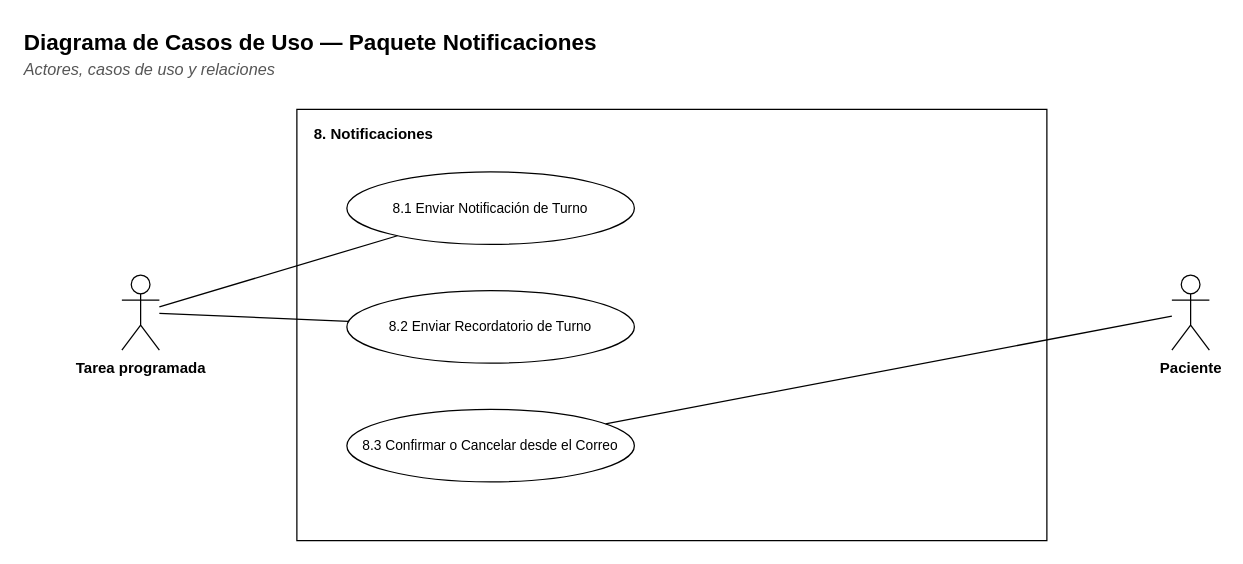
Above: docs/diagramas/paquete-notificaciones-casos.drawio in Matiglorioso/kineturnos (draw.io), before the change. Source tidied: cells renumbered, new cells numbered last; positions are measured from the earlier drawing's top-left corner, leaving out a move shared by most shapes. Both pictures are drawn from the tidied source at 125%, with x=0, y=0 at pixel (21, 21).
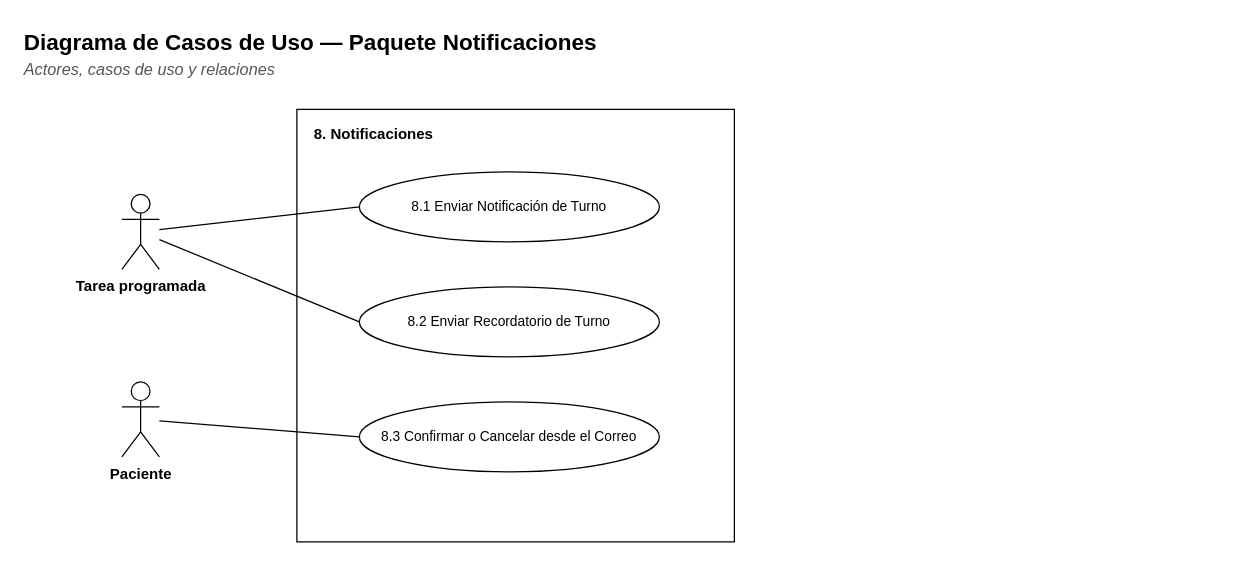
The same page after the edit.

What changed in the source:
```diff
@@
 <mxGraphModel background="#FFFFFF">
   <root>
     <mxCell id="0" />
     <mxCell id="1" parent="0" />
     <mxCell id="2" value="&lt;b&gt;Diagrama de Casos de Uso — Paquete Notificaciones&lt;/b&gt;" style="text;html=1;strokeColor=none;fillColor=none;align=left;verticalAlign=top;whiteSpace=wrap;fontFamily=Helvetica;fontSize=18;" parent="1" vertex="1">
       <mxGeometry width="900" height="26" as="geometry" />
     </mxCell>
     <mxCell id="3" value="&lt;i&gt;Actores, casos de uso y relaciones&lt;/i&gt;" style="text;html=1;strokeColor=none;fillColor=none;align=left;verticalAlign=top;whiteSpace=wrap;fontFamily=Helvetica;fontSize=13;fontColor=#555555;" parent="1" vertex="1">
       <mxGeometry y="24" width="900" height="20" as="geometry" />
     </mxCell>
     <mxCell id="4" style="rounded=0;whiteSpace=wrap;html=1;fillColor=#FFFFFF;strokeColor=#000000;fontFamily=Helvetica;fontSize=12;verticalAlign=top;" parent="1" vertex="1">
-      <mxGeometry x="220" y="70" width="600" height="345" as="geometry" />
+      <mxGeometry x="220" y="70" width="350" height="346" as="geometry" />
     </mxCell>
     <mxCell id="5" value="&lt;b&gt;8. Notificaciones&lt;/b&gt;" style="text;html=1;strokeColor=none;fillColor=none;align=left;verticalAlign=top;whiteSpace=wrap;fontFamily=Helvetica;fontSize=12;" parent="1" vertex="1">
-      <mxGeometry x="232" y="76" width="580" height="20" as="geometry" />
+      <mxGeometry x="232" y="76" width="330" height="20" as="geometry" />
     </mxCell>
     <mxCell id="6" value="8.1 Enviar Notificación de Turno" style="ellipse;whiteSpace=wrap;html=1;fillColor=#FFFFFF;strokeColor=#000000;fontFamily=Helvetica;fontSize=11;" parent="1" vertex="1">
-      <mxGeometry x="260" y="120" width="230" height="58" as="geometry" />
+      <mxGeometry x="270" y="120" width="240" height="56" as="geometry" />
     </mxCell>
     <mxCell id="7" value="8.2 Enviar Recordatorio de Turno" style="ellipse;whiteSpace=wrap;html=1;fillColor=#FFFFFF;strokeColor=#000000;fontFamily=Helvetica;fontSize=11;" parent="1" vertex="1">
-      <mxGeometry x="260" y="215" width="230" height="58" as="geometry" />
+      <mxGeometry x="270" y="212" width="240" height="56" as="geometry" />
     </mxCell>
     <mxCell id="8" value="8.3 Confirmar o Cancelar desde el Correo" style="ellipse;whiteSpace=wrap;html=1;fillColor=#FFFFFF;strokeColor=#000000;fontFamily=Helvetica;fontSize=11;" parent="1" vertex="1">
-      <mxGeometry x="260" y="310" width="230" height="58" as="geometry" />
+      <mxGeometry x="270" y="304" width="240" height="56" as="geometry" />
     </mxCell>
     <mxCell id="9" value="Tarea programada" style="shape=umlActor;verticalLabelPosition=bottom;verticalAlign=top;html=1;outlineConnect=0;fillColor=#FFFFFF;strokeColor=#000000;fontFamily=Helvetica;fontSize=12;fontStyle=1;" parent="1" vertex="1">
-      <mxGeometry x="80" y="202.5" width="30" height="60" as="geometry" />
+      <mxGeometry x="80" y="138" width="30" height="60" as="geometry" />
     </mxCell>
     <mxCell id="10" value="Paciente" style="shape=umlActor;verticalLabelPosition=bottom;verticalAlign=top;html=1;outlineConnect=0;fillColor=#FFFFFF;strokeColor=#000000;fontFamily=Helvetica;fontSize=12;fontStyle=1;" parent="1" vertex="1">
-      <mxGeometry x="920" y="202.5" width="30" height="60" as="geometry" />
+      <mxGeometry x="80" y="288" width="30" height="60" as="geometry" />
     </mxCell>
-    <mxCell id="11" style="edgeStyle=none;html=1;endArrow=none;endFill=0;strokeColor=#000000;fontFamily=Helvetica;fontSize=11;labelBackgroundColor=#FFFFFF;" parent="1" edge="1" source="9" target="6">
+    <mxCell id="11" style="edgeStyle=none;html=1;endArrow=none;endFill=0;strokeColor=#000000;fontFamily=Helvetica;fontSize=11;labelBackgroundColor=#FFFFFF;entryX=0;entryY=0.5;entryDx=0;entryDy=0;" parent="1" edge="1" source="9" target="6">
       <mxGeometry relative="1" as="geometry" />
     </mxCell>
-    <mxCell id="12" style="edgeStyle=none;html=1;endArrow=none;endFill=0;strokeColor=#000000;fontFamily=Helvetica;fontSize=11;labelBackgroundColor=#FFFFFF;" parent="1" edge="1" source="9" target="7">
+    <mxCell id="12" style="edgeStyle=none;html=1;endArrow=none;endFill=0;strokeColor=#000000;fontFamily=Helvetica;fontSize=11;labelBackgroundColor=#FFFFFF;entryX=0;entryY=0.5;entryDx=0;entryDy=0;" parent="1" edge="1" source="9" target="7">
       <mxGeometry relative="1" as="geometry" />
     </mxCell>
-    <mxCell id="13" style="edgeStyle=none;html=1;endArrow=none;endFill=0;strokeColor=#000000;fontFamily=Helvetica;fontSize=11;labelBackgroundColor=#FFFFFF;" parent="1" edge="1" source="10" target="8">
+    <mxCell id="13" style="edgeStyle=none;html=1;endArrow=none;endFill=0;strokeColor=#000000;fontFamily=Helvetica;fontSize=11;labelBackgroundColor=#FFFFFF;entryX=0;entryY=0.5;entryDx=0;entryDy=0;" parent="1" edge="1" source="10" target="8">
       <mxGeometry relative="1" as="geometry" />
     </mxCell>
   </root>
 </mxGraphModel>
```
